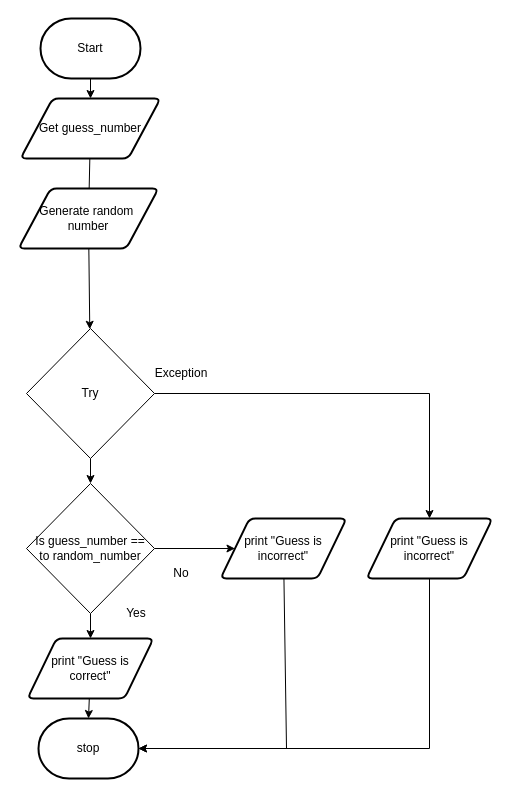
This is FlowChartFixed.Drawio from JacksonNaufal/ICS3U-Unit3-06-Python, a draw.io file, before an edit. Source tidied: cells renumbered, new cells numbered last; positions are measured from the earlier drawing's top-left corner, leaving out a move shared by most shapes. Both pictures are drawn from the tidied source at 100%, with x=0, y=0 at pixel (18, 18).
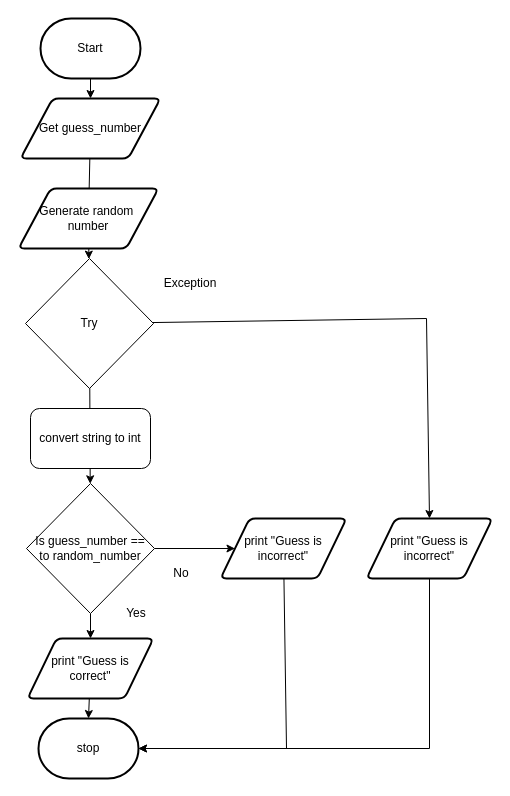
The same diagram, later.

The change refers to these unchanged cells:
```xml
<mxCell id="23" value="print &quot;Guess is &lt;br&gt;incorrect&quot;" style="shape=parallelogram;html=1;strokeWidth=2;perimeter=parallelogramPerimeter;whiteSpace=wrap;rounded=1;arcSize=12;size=0.23;" parent="1" vertex="1">
  <mxGeometry x="348" y="500" width="126" height="60" as="geometry" />
</mxCell>
```

Change to the diagram source:
```diff
@@
     <mxCell id="19" style="edgeStyle=none;html=1;entryX=0.5;entryY=0;entryDx=0;entryDy=0;rounded=0;" parent="1" edge="1" source="20" target="23">
       <mxGeometry relative="1" as="geometry">
         <Array as="points">
-          <mxPoint x="411" y="375" />
+          <mxPoint x="408" y="300" />
         </Array>
       </mxGeometry>
     </mxCell>
     <mxCell id="20" value="&lt;span style=&quot;font-weight: normal&quot;&gt;Try&lt;/span&gt;" style="rhombus;whiteSpace=wrap;html=1;fontStyle=1;" parent="1" vertex="1">
-      <mxGeometry x="8" y="310" width="128" height="130" as="geometry" />
+      <mxGeometry x="7" y="240" width="128" height="130" as="geometry" />
     </mxCell>
     <mxCell id="21" value="Exception" style="text;html=1;strokeColor=none;fillColor=none;align=center;verticalAlign=middle;whiteSpace=wrap;rounded=0;fontSize=12;" parent="1" vertex="1">
-      <mxGeometry x="133" y="340" width="60" height="30" as="geometry" />
+      <mxGeometry x="142" y="250" width="60" height="30" as="geometry" />
     </mxCell>
@@
+    <mxCell id="24" value="convert string to int" style="rounded=1;whiteSpace=wrap;html=1;" parent="1" vertex="1">
+      <mxGeometry x="12" y="390" width="120" height="60" as="geometry" />
+    </mxCell>
```
